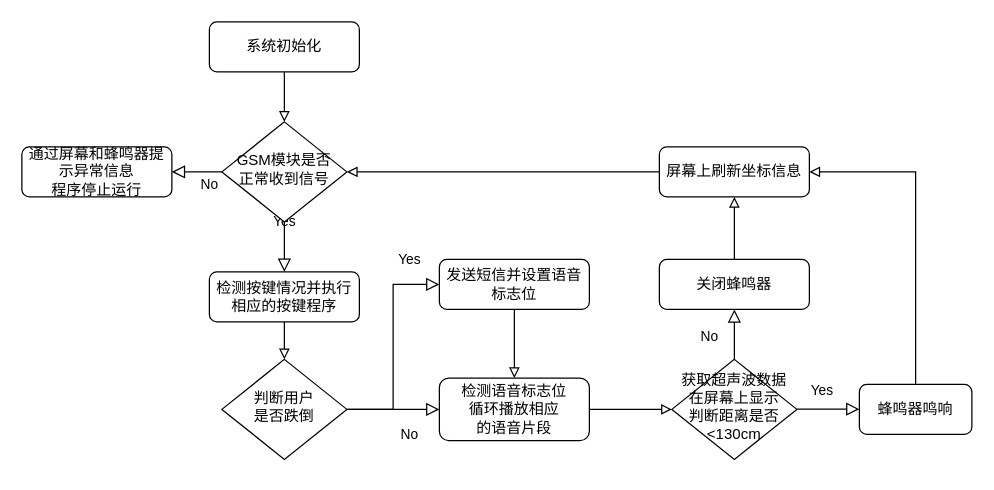
The draw.io diagram 程序流程图.drawio in daftpumpkin/IoT.io, before the edit. Source tidied: cells renumbered, new cells numbered last; positions are measured from the earlier drawing's top-left corner, leaving out a move shared by most shapes. Both pictures are drawn from the tidied source at 125%, with x=0, y=0 at pixel (21, 21).
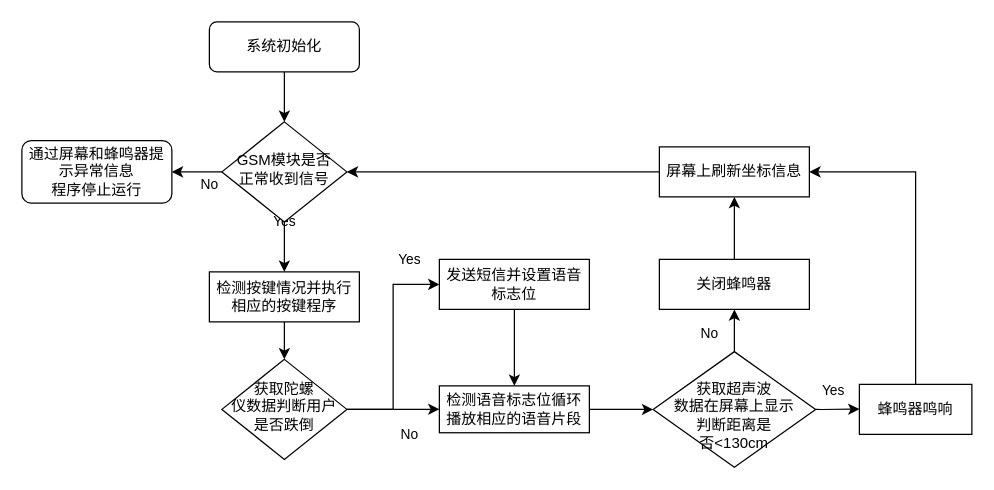
Above is the later version.

Commit message (it also covers changes not shown here):
更新程序流程图.drawio

Unchanged cells that the change refers to:
```xml
<mxCell id="6" value="&lt;font face=&quot;宋体&quot;&gt;GSM模块是否&lt;br&gt;正常收到信号&lt;/font&gt;" style="rhombus;whiteSpace=wrap;html=1;shadow=0;fontFamily=Helvetica;fontSize=12;align=center;strokeWidth=1;spacing=6;spacingTop=-4;" parent="1" vertex="1">
  <mxGeometry x="160" y="80" width="100" height="80" as="geometry" />
</mxCell>
<mxCell id="12" value="&lt;font face=&quot;宋体&quot;&gt;系统初始化&lt;/font&gt;" style="rounded=1;whiteSpace=wrap;html=1;fontSize=12;glass=0;strokeWidth=1;shadow=0;" parent="1" vertex="1">
  <mxGeometry x="150" width="120" height="40" as="geometry" />
</mxCell>
```

What changed in the source:
```diff
@@
-    <mxCell id="2" style="edgeStyle=orthogonalEdgeStyle;rounded=0;jettySize=auto;html=1;endArrow=block;endFill=0;" parent="1" edge="1" source="3" target="10">
+    <mxCell id="2" style="edgeStyle=orthogonalEdgeStyle;rounded=0;jettySize=auto;html=1;endArrow=classic;endFill=1;" parent="1" edge="1" source="3" target="10">
       <mxGeometry relative="1" as="geometry" />
     </mxCell>
-    <mxCell id="3" value="&lt;span style=&quot;font-family: 宋体;&quot;&gt;检测按键情况并执行相应的按键程序&lt;/span&gt;" style="rounded=1;whiteSpace=wrap;html=1;fontSize=12;glass=0;strokeWidth=1;shadow=0;" parent="1" vertex="1">
+    <mxCell id="3" value="&lt;span style=&quot;font-family: 宋体;&quot;&gt;检测按键情况并执行相应的按键程序&lt;/span&gt;" style="rounded=0;whiteSpace=wrap;html=1;fontSize=12;glass=0;strokeWidth=1;shadow=0;" parent="1" vertex="1">
       <mxGeometry x="150" y="200" width="120" height="40" as="geometry" />
     </mxCell>
-    <mxCell id="4" value="Yes" style="rounded=0;html=1;jettySize=auto;fontSize=11;endArrow=block;endFill=0;endSize=8;strokeWidth=1;shadow=0;labelBackgroundColor=none;edgeStyle=orthogonalEdgeStyle;" parent="1" edge="1" source="6">
+    <mxCell id="4" value="Yes" style="rounded=0;html=1;jettySize=auto;fontSize=11;endArrow=classic;endFill=1;endSize=6;strokeWidth=1;shadow=0;labelBackgroundColor=none;edgeStyle=orthogonalEdgeStyle;" parent="1" edge="1" source="6">
       <mxGeometry y="20" relative="1" as="geometry">
         <mxPoint x="210" y="200" as="targetPoint" />
       </mxGeometry>
     </mxCell>
-    <mxCell id="5" value="No" style="edgeStyle=orthogonalEdgeStyle;rounded=0;html=1;jettySize=auto;fontSize=11;endArrow=block;endFill=0;endSize=8;strokeWidth=1;shadow=0;labelBackgroundColor=none;" parent="1" edge="1" source="6" target="7">
+    <mxCell id="5" value="No" style="edgeStyle=orthogonalEdgeStyle;rounded=0;html=1;jettySize=auto;fontSize=11;endArrow=classic;endFill=1;endSize=6;strokeWidth=1;shadow=0;labelBackgroundColor=none;" parent="1" edge="1" source="6" target="7">
       <mxGeometry x="-0.5" y="10" relative="1" as="geometry" />
     </mxCell>
@@
     <mxCell id="7" value="&lt;font face=&quot;宋体&quot;&gt;通过屏幕和蜂鸣器提示异常信息&lt;br&gt;程序停止运行&lt;/font&gt;" style="rounded=1;whiteSpace=wrap;html=1;fontSize=12;glass=0;strokeWidth=1;shadow=0;" parent="1" vertex="1">
-      <mxGeometry y="100" width="120" height="40" as="geometry" />
+      <mxGeometry y="95" width="120" height="50" as="geometry" />
     </mxCell>
-    <mxCell id="8" value="No" style="rounded=0;html=1;jettySize=auto;fontSize=11;endArrow=block;endFill=0;endSize=8;strokeWidth=1;shadow=0;labelBackgroundColor=none;edgeStyle=orthogonalEdgeStyle;entryX=0;entryY=0.5;entryDx=0;entryDy=0;" parent="1" edge="1" source="10" target="15">
+    <mxCell id="8" value="No" style="rounded=0;html=1;jettySize=auto;fontSize=11;endArrow=classic;endFill=1;endSize=6;strokeWidth=1;shadow=0;labelBackgroundColor=none;edgeStyle=orthogonalEdgeStyle;entryX=0;entryY=0.5;entryDx=0;entryDy=0;" parent="1" edge="1" source="10" target="15">
       <mxGeometry x="0.35" y="-20" relative="1" as="geometry" />
     </mxCell>
-    <mxCell id="9" value="Yes" style="edgeStyle=orthogonalEdgeStyle;rounded=0;html=1;jettySize=auto;fontSize=11;endArrow=block;endFill=0;endSize=8;strokeWidth=1;shadow=0;labelBackgroundColor=none;entryX=0;entryY=0.5;entryDx=0;entryDy=0;" parent="1" edge="1" source="10" target="14">
+    <mxCell id="9" value="Yes" style="edgeStyle=orthogonalEdgeStyle;rounded=0;html=1;jettySize=auto;fontSize=11;endArrow=classic;endFill=1;endSize=6;strokeWidth=1;shadow=0;labelBackgroundColor=none;entryX=0;entryY=0.5;entryDx=0;entryDy=0;" parent="1" edge="1" source="10" target="14">
       <mxGeometry x="0.72" y="20" relative="1" as="geometry" />
     </mxCell>
-    <mxCell id="10" value="&lt;font face=&quot;宋体&quot;&gt;判断用户&lt;br&gt;是否跌倒&lt;/font&gt;" style="rhombus;whiteSpace=wrap;html=1;shadow=0;fontFamily=Helvetica;fontSize=12;align=center;strokeWidth=1;spacing=6;spacingTop=-4;" parent="1" vertex="1">
+    <mxCell id="10" value="&lt;font face=&quot;宋体&quot;&gt;获取陀螺&lt;br&gt;仪数据判断用户&lt;br&gt;是否跌倒&lt;/font&gt;" style="rhombus;whiteSpace=wrap;html=1;shadow=0;fontFamily=Helvetica;fontSize=12;align=center;strokeWidth=1;spacing=6;spacingTop=-4;" parent="1" vertex="1">
       <mxGeometry x="160" y="270" width="100" height="80" as="geometry" />
     </mxCell>
-    <mxCell id="11" style="edgeStyle=orthogonalEdgeStyle;rounded=0;jettySize=auto;html=1;endArrow=block;endFill=0;" parent="1" edge="1" source="12" target="6">
+    <mxCell id="11" style="edgeStyle=orthogonalEdgeStyle;rounded=0;jettySize=auto;html=1;endArrow=classic;endFill=1;" parent="1" edge="1" source="12" target="6">
       <mxGeometry relative="1" as="geometry" />
     </mxCell>
@@
-    <mxCell id="13" style="edgeStyle=orthogonalEdgeStyle;rounded=0;jettySize=auto;html=1;endArrow=block;endFill=0;" parent="1" edge="1" source="14" target="15">
+    <mxCell id="13" style="edgeStyle=orthogonalEdgeStyle;rounded=0;jettySize=auto;html=1;endArrow=classic;endFill=1;" parent="1" edge="1" source="14" target="15">
       <mxGeometry relative="1" as="geometry" />
     </mxCell>
-    <mxCell id="14" value="&lt;font face=&quot;宋体&quot;&gt;发送短信并设置语音标志位&lt;/font&gt;" style="rounded=1;whiteSpace=wrap;html=1;fontSize=12;glass=0;strokeWidth=1;shadow=0;" parent="1" vertex="1">
+    <mxCell id="14" value="&lt;font face=&quot;宋体&quot;&gt;发送短信并设置语音标志位&lt;/font&gt;" style="rounded=0;whiteSpace=wrap;html=1;fontSize=12;glass=0;strokeWidth=1;shadow=0;" parent="1" vertex="1">
       <mxGeometry x="334" y="190" width="120" height="40" as="geometry" />
     </mxCell>
-    <mxCell id="15" value="&lt;font face=&quot;宋体&quot;&gt;检测语音标志位&lt;br&gt;循环播放相应&lt;br&gt;的语音片段&lt;/font&gt;" style="rounded=1;whiteSpace=wrap;html=1;fontSize=12;glass=0;strokeWidth=1;shadow=0;" parent="1" vertex="1">
-      <mxGeometry x="334" y="285" width="120" height="50" as="geometry" />
+    <mxCell id="15" value="&lt;font face=&quot;宋体&quot;&gt;检测语音标志位循环播放相应的语音片段&lt;/font&gt;" style="rounded=0;whiteSpace=wrap;html=1;fontSize=12;glass=0;strokeWidth=1;shadow=0;" parent="1" vertex="1">
+      <mxGeometry x="334" y="291.2" width="120" height="37.5" as="geometry" />
     </mxCell>
-    <mxCell id="16" value="&lt;span style=&quot;font-family: 宋体;&quot;&gt;获取超声波数据在屏幕上显示&lt;br&gt;判断距离是否&amp;lt;130cm&lt;/span&gt;" style="rhombus;whiteSpace=wrap;html=1;shadow=0;fontFamily=Helvetica;fontSize=12;align=center;strokeWidth=1;spacing=6;spacingTop=-4;" parent="1" vertex="1">
-      <mxGeometry x="520" y="270" width="100" height="80" as="geometry" />
+    <mxCell id="16" value="&lt;span style=&quot;font-family: 宋体;&quot;&gt;&lt;br&gt;获取超声波&lt;br&gt;数据在屏幕上显示&lt;br&gt;判断距离是&lt;br&gt;否&amp;lt;130cm&lt;/span&gt;" style="rhombus;whiteSpace=wrap;html=1;shadow=0;fontFamily=Helvetica;fontSize=12;align=center;strokeWidth=1;spacing=6;spacingTop=-4;" parent="1" vertex="1">
+      <mxGeometry x="505" y="263.8" width="130" height="92.5" as="geometry" />
     </mxCell>
-    <mxCell id="17" value="Yes" style="edgeStyle=orthogonalEdgeStyle;rounded=0;html=1;jettySize=auto;orthogonalLoop=1;fontSize=11;endArrow=block;endFill=0;endSize=8;strokeWidth=1;shadow=0;labelBackgroundColor=none;" parent="1" edge="1">
+    <mxCell id="17" value="Yes" style="edgeStyle=orthogonalEdgeStyle;rounded=0;html=1;jettySize=auto;fontSize=11;endArrow=classic;endFill=1;endSize=6;strokeWidth=1;shadow=0;labelBackgroundColor=none;exitX=1;exitY=0.5;exitDx=0;exitDy=0;" parent="1" edge="1" source="16">
       <mxGeometry x="-0.2" y="15" relative="1" as="geometry">
-        <mxPoint x="620" y="309.8" as="sourcePoint" />
         <mxPoint x="670" y="309.8" as="targetPoint" />
         <Array as="points">
-          <mxPoint x="640" y="309.8" />
-          <mxPoint x="640" y="309.8" />
+          <mxPoint x="640" y="310" />
         </Array>
       </mxGeometry>
     </mxCell>
-    <mxCell id="18" style="edgeStyle=orthogonalEdgeStyle;rounded=0;jettySize=auto;html=1;endArrow=block;endFill=0;entryX=1;entryY=0.5;entryDx=0;entryDy=0;" parent="1" edge="1" source="19" target="25">
+    <mxCell id="18" style="edgeStyle=orthogonalEdgeStyle;rounded=0;jettySize=auto;html=1;endArrow=classic;endFill=1;entryX=1;entryY=0.5;entryDx=0;entryDy=0;" parent="1" edge="1" source="19" target="25">
       <mxGeometry relative="1" as="geometry">
         <Array as="points">
           <mxPoint x="715" y="120" />
         </Array>
       </mxGeometry>
     </mxCell>
-    <mxCell id="19" value="&lt;font face=&quot;宋体&quot;&gt;蜂鸣器鸣响&lt;/font&gt;" style="rounded=1;whiteSpace=wrap;html=1;fontSize=12;glass=0;strokeWidth=1;shadow=0;" parent="1" vertex="1">
+    <mxCell id="19" value="&lt;font face=&quot;宋体&quot;&gt;蜂鸣器鸣响&lt;/font&gt;" style="rounded=0;whiteSpace=wrap;html=1;fontSize=12;glass=0;strokeWidth=1;shadow=0;" parent="1" vertex="1">
       <mxGeometry x="670" y="290" width="90" height="40" as="geometry" />
     </mxCell>
-    <mxCell id="20" style="edgeStyle=orthogonalEdgeStyle;rounded=0;jettySize=auto;html=1;endArrow=block;endFill=0;" parent="1" edge="1" source="21" target="25">
+    <mxCell id="20" style="edgeStyle=orthogonalEdgeStyle;rounded=0;jettySize=auto;html=1;endArrow=classic;endFill=1;" parent="1" edge="1" source="21" target="25">
       <mxGeometry relative="1" as="geometry" />
     </mxCell>
-    <mxCell id="21" value="&lt;font face=&quot;宋体&quot;&gt;关闭蜂鸣器&lt;/font&gt;" style="rounded=1;whiteSpace=wrap;html=1;fontSize=12;glass=0;strokeWidth=1;shadow=0;" parent="1" vertex="1">
+    <mxCell id="21" value="&lt;font face=&quot;宋体&quot;&gt;关闭蜂鸣器&lt;/font&gt;" style="rounded=0;whiteSpace=wrap;html=1;fontSize=12;glass=0;strokeWidth=1;shadow=0;" parent="1" vertex="1">
       <mxGeometry x="510" y="190" width="120" height="40" as="geometry" />
     </mxCell>
-    <mxCell id="22" style="edgeStyle=orthogonalEdgeStyle;rounded=0;jettySize=auto;html=1;endArrow=block;endFill=0;entryX=0;entryY=0.5;entryDx=0;entryDy=0;exitX=1;exitY=0.5;exitDx=0;exitDy=0;" parent="1" edge="1" source="15" target="16">
+    <mxCell id="22" style="edgeStyle=orthogonalEdgeStyle;rounded=0;jettySize=auto;html=1;endArrow=classic;endFill=1;entryX=0;entryY=0.5;entryDx=0;entryDy=0;exitX=1;exitY=0.5;exitDx=0;exitDy=0;" parent="1" edge="1" source="15" target="16">
       <mxGeometry relative="1" as="geometry">
         <Array as="points">
           <mxPoint x="480" y="310" />
           <mxPoint x="480" y="310" />
         </Array>
       </mxGeometry>
     </mxCell>
-    <mxCell id="23" value="No" style="edgeStyle=orthogonalEdgeStyle;rounded=0;html=1;jettySize=auto;fontSize=11;endArrow=block;endFill=0;endSize=8;strokeWidth=1;shadow=0;labelBackgroundColor=none;exitX=0.5;exitY=0;exitDx=0;exitDy=0;" parent="1" edge="1" source="16">
+    <mxCell id="23" value="No" style="edgeStyle=orthogonalEdgeStyle;rounded=0;html=1;jettySize=auto;fontSize=11;endArrow=classic;endFill=1;endSize=6;strokeWidth=1;shadow=0;labelBackgroundColor=none;exitX=0.5;exitY=0;exitDx=0;exitDy=0;" parent="1" edge="1" source="16">
       <mxGeometry x="-0.09" y="20" relative="1" as="geometry">
         <mxPoint x="570" y="230" as="targetPoint" />
       </mxGeometry>
     </mxCell>
-    <mxCell id="24" style="edgeStyle=orthogonalEdgeStyle;rounded=0;jettySize=auto;html=1;endArrow=block;endFill=0;entryX=1;entryY=0.5;entryDx=0;entryDy=0;" parent="1" edge="1" source="25" target="6">
+    <mxCell id="24" style="edgeStyle=orthogonalEdgeStyle;rounded=0;jettySize=auto;html=1;endArrow=classic;endFill=1;entryX=1;entryY=0.5;entryDx=0;entryDy=0;" parent="1" edge="1" source="25" target="6">
       <mxGeometry relative="1" as="geometry" />
     </mxCell>
-    <mxCell id="25" value="&lt;font face=&quot;宋体&quot;&gt;屏幕上刷新坐标信息&lt;/font&gt;" style="rounded=1;whiteSpace=wrap;html=1;fontSize=12;glass=0;strokeWidth=1;shadow=0;" parent="1" vertex="1">
+    <mxCell id="25" value="&lt;font face=&quot;宋体&quot;&gt;屏幕上刷新坐标信息&lt;/font&gt;" style="rounded=0;whiteSpace=wrap;html=1;fontSize=12;glass=0;strokeWidth=1;shadow=0;" parent="1" vertex="1">
       <mxGeometry x="510" y="100" width="120" height="40" as="geometry" />
     </mxCell>
```
